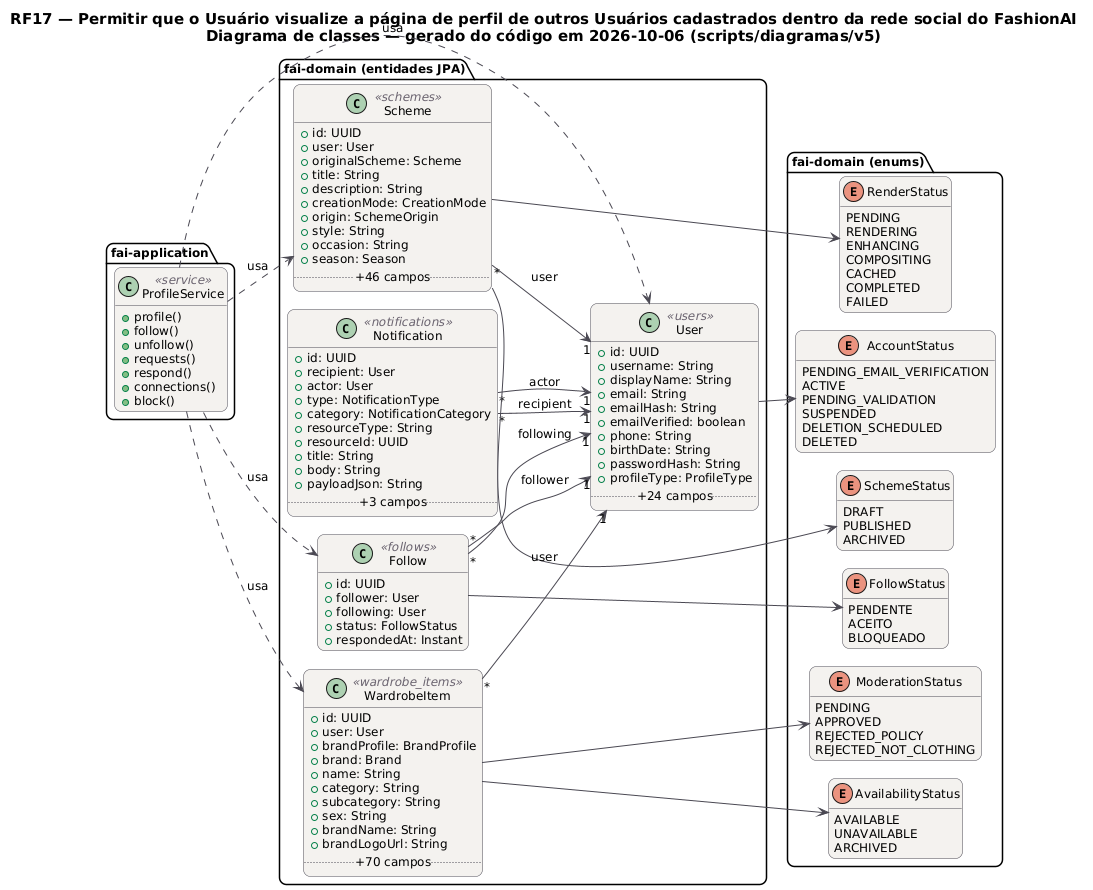
The PlantUML diagram docs/diagramas/RF17/RF17_Classes.png in MatheusHaliski/tcc-2026-fashion-ai-backend, before a commit. Source of this version:
```plantuml
@startuml RF17_Classes
!pragma layout smetana
skinparam backgroundColor #FFFFFF
skinparam shadowing false
skinparam defaultFontName "DejaVu Sans"
skinparam defaultFontSize 12
skinparam titleFontSize 15
skinparam roundcorner 14
skinparam ArrowColor #52606D
skinparam note {
  BackgroundColor #FFFDEB
  BorderColor #D8CE78
  FontColor #554F24
}
skinparam class {
  BackgroundColor #F4F2EF
  BorderColor #4A4852
  ArrowColor #4A4852
  StereotypeFontColor #6B6470
}
hide empty members
left to right direction
title RF17 — Permitir que o Usuário visualize a página de perfil de outros Usuários cadastrados dentro da rede social do FashionAI\nDiagrama de classes — gerado do código em 2026-10-06 (scripts/diagramas/v5)

package "fai-domain (entidades JPA)" {
  class Follow <<follows>> {
    +id: UUID
    +follower: User
    +following: User
    +status: FollowStatus
    +respondedAt: Instant
  }
  class Notification <<notifications>> {
    +id: UUID
    +recipient: User
    +actor: User
    +type: NotificationType
    +category: NotificationCategory
    +resourceType: String
    +resourceId: UUID
    +title: String
    +body: String
    +payloadJson: String
    .. +3 campos ..
  }
  class Scheme <<schemes>> {
    +id: UUID
    +user: User
    +originalScheme: Scheme
    +title: String
    +description: String
    +creationMode: CreationMode
    +origin: SchemeOrigin
    +style: String
    +occasion: String
    +season: Season
    .. +46 campos ..
  }
  class User <<users>> {
    +id: UUID
    +username: String
    +displayName: String
    +email: String
    +emailHash: String
    +emailVerified: boolean
    +phone: String
    +birthDate: String
    +passwordHash: String
    +profileType: ProfileType
    .. +24 campos ..
  }
  class WardrobeItem <<wardrobe_items>> {
    +id: UUID
    +user: User
    +brandProfile: BrandProfile
    +brand: Brand
    +name: String
    +category: String
    +subcategory: String
    +sex: String
    +brandName: String
    +brandLogoUrl: String
    .. +70 campos ..
  }
}
package "fai-domain (enums)" {
  enum FollowStatus {
    PENDENTE
    ACEITO
    BLOQUEADO
  }
  enum SchemeStatus {
    DRAFT
    PUBLISHED
    ARCHIVED
  }
  enum RenderStatus {
    PENDING
    RENDERING
    ENHANCING
    COMPOSITING
    CACHED
    COMPLETED
    FAILED
  }
  enum AccountStatus {
    PENDING_EMAIL_VERIFICATION
    ACTIVE
    PENDING_VALIDATION
    SUSPENDED
    DELETION_SCHEDULED
    DELETED
  }
  enum AvailabilityStatus {
    AVAILABLE
    UNAVAILABLE
    ARCHIVED
  }
  enum ModerationStatus {
    PENDING
    APPROVED
    REJECTED_POLICY
    REJECTED_NOT_CLOTHING
  }
}
package "fai-application" {
  class ProfileService <<service>> {
    +profile()
    +follow()
    +unfollow()
    +requests()
    +respond()
    +connections()
    +block()
  }
}
ProfileService ..> Follow : usa
ProfileService ..> Scheme : usa
ProfileService ..> User : usa
ProfileService ..> WardrobeItem : usa
Follow "*" --> "1" User : follower
Follow "*" --> "1" User : following
Follow --> FollowStatus
Notification "*" --> "1" User : actor
Notification "*" --> "1" User : recipient
Scheme "*" --> "1" User : user
Scheme --> RenderStatus
Scheme --> SchemeStatus
User --> AccountStatus
WardrobeItem "*" --> "1" User : user
WardrobeItem --> AvailabilityStatus
WardrobeItem --> ModerationStatus
@enduml
```
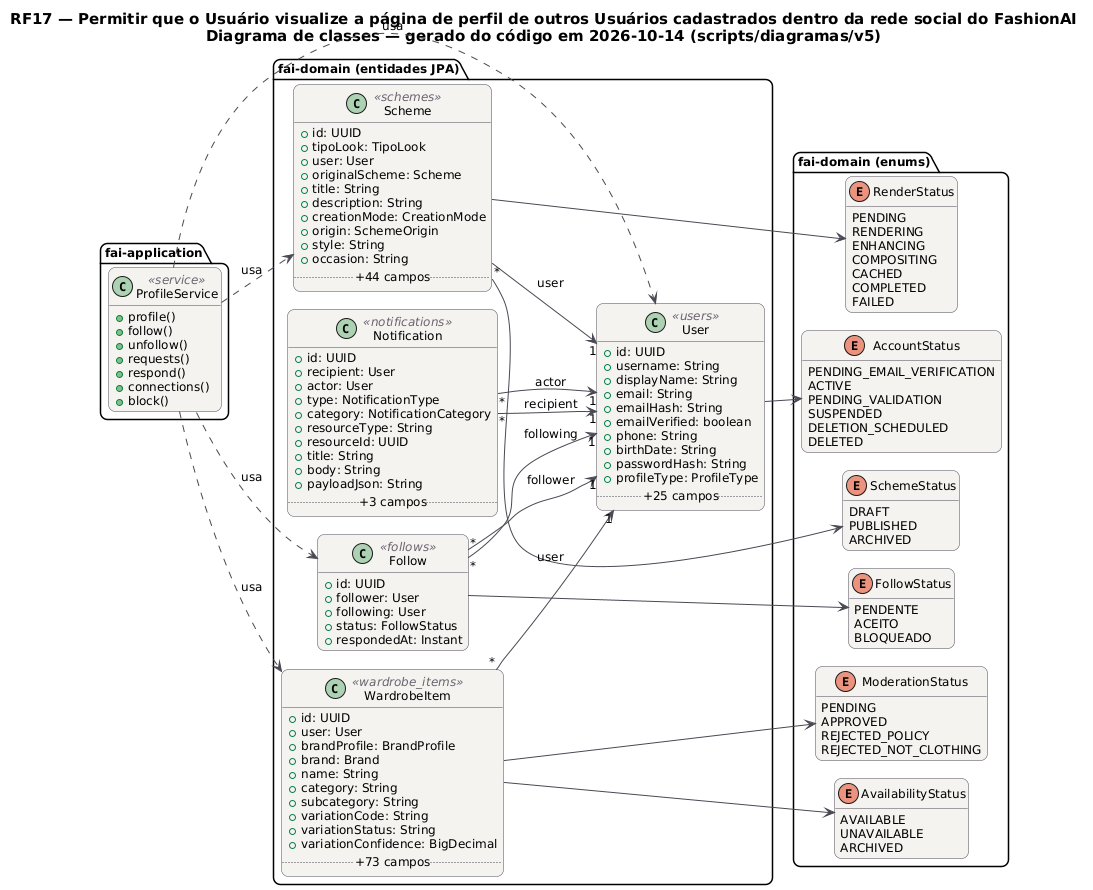
Later version of the same file.

What changed in the source:
```diff
@@ -20,7 +20,7 @@
 }
 hide empty members
 left to right direction
-title RF17 — Permitir que o Usuário visualize a página de perfil de outros Usuários cadastrados dentro da rede social do FashionAI\nDiagrama de classes — gerado do código em 2026-10-06 (scripts/diagramas/v5)
+title RF17 — Permitir que o Usuário visualize a página de perfil de outros Usuários cadastrados dentro da rede social do FashionAI\nDiagrama de classes — gerado do código em 2026-10-14 (scripts/diagramas/v5)
 
 package "fai-domain (entidades JPA)" {
   class Follow <<follows>> {
@@ -45,6 +45,7 @@
   }
   class Scheme <<schemes>> {
     +id: UUID
+    +tipoLook: TipoLook
     +user: User
     +originalScheme: Scheme
     +title: String
@@ -53,8 +54,7 @@
     +origin: SchemeOrigin
     +style: String
     +occasion: String
-    +season: Season
-    .. +46 campos ..
+    .. +44 campos ..
   }
   class User <<users>> {
     +id: UUID
@@ -67,7 +67,7 @@
     +birthDate: String
     +passwordHash: String
     +profileType: ProfileType
-    .. +24 campos ..
+    .. +25 campos ..
   }
   class WardrobeItem <<wardrobe_items>> {
     +id: UUID
@@ -77,10 +77,10 @@
     +name: String
     +category: String
     +subcategory: String
-    +sex: String
-    +brandName: String
-    +brandLogoUrl: String
-    .. +70 campos ..
+    +variationCode: String
+    +variationStatus: String
+    +variationConfidence: BigDecimal
+    .. +73 campos ..
   }
 }
 package "fai-domain (enums)" {
```
